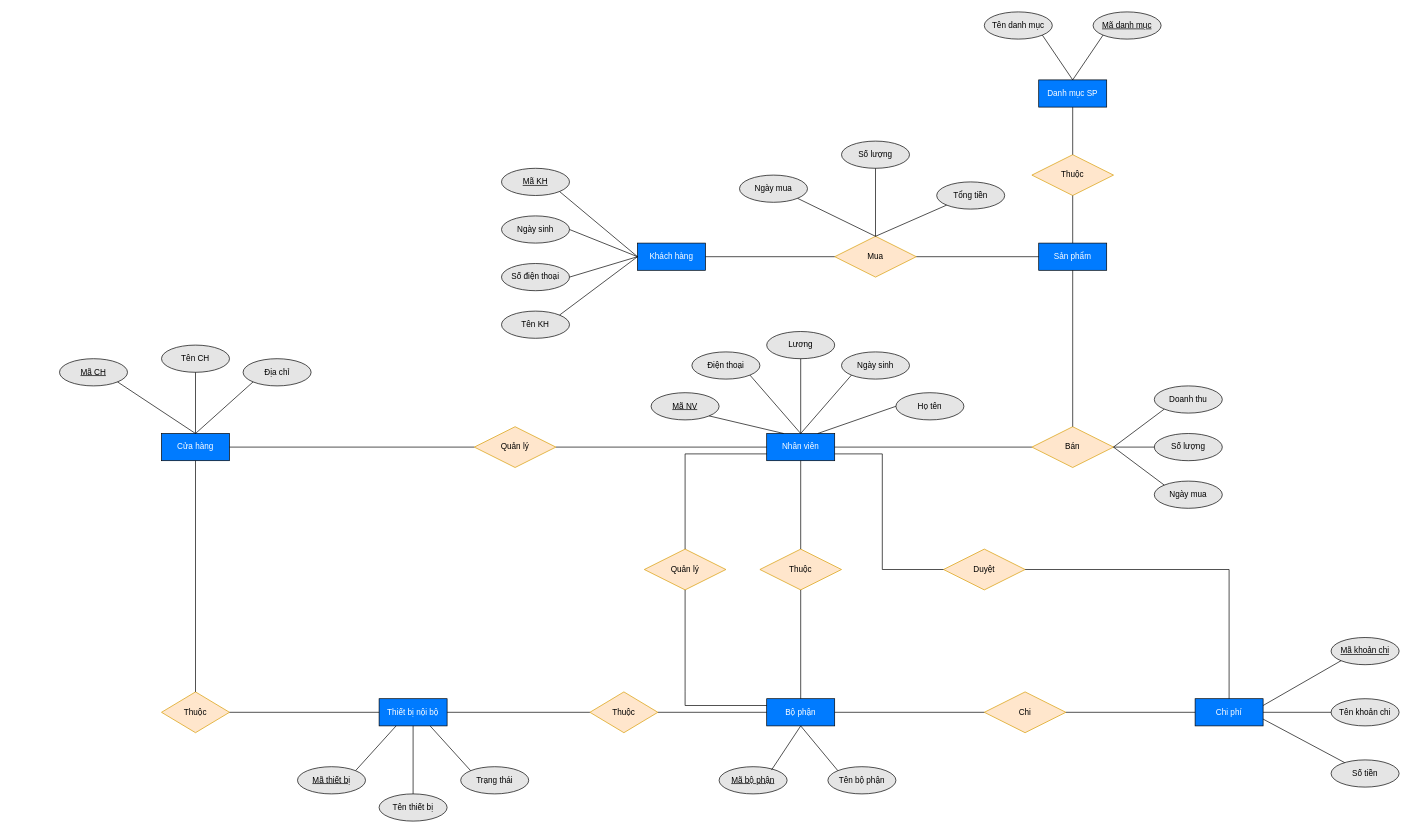
Before: ERD HTTT.drawio in NightFury712/Test, a draw.io diagram. Source tidied: cells renumbered, new cells numbered last; positions are measured from the earlier drawing's top-left corner, leaving out a move shared by most shapes. Both pictures are drawn from the tidied source at 68%, with x=0, y=0 at pixel (59, 12).
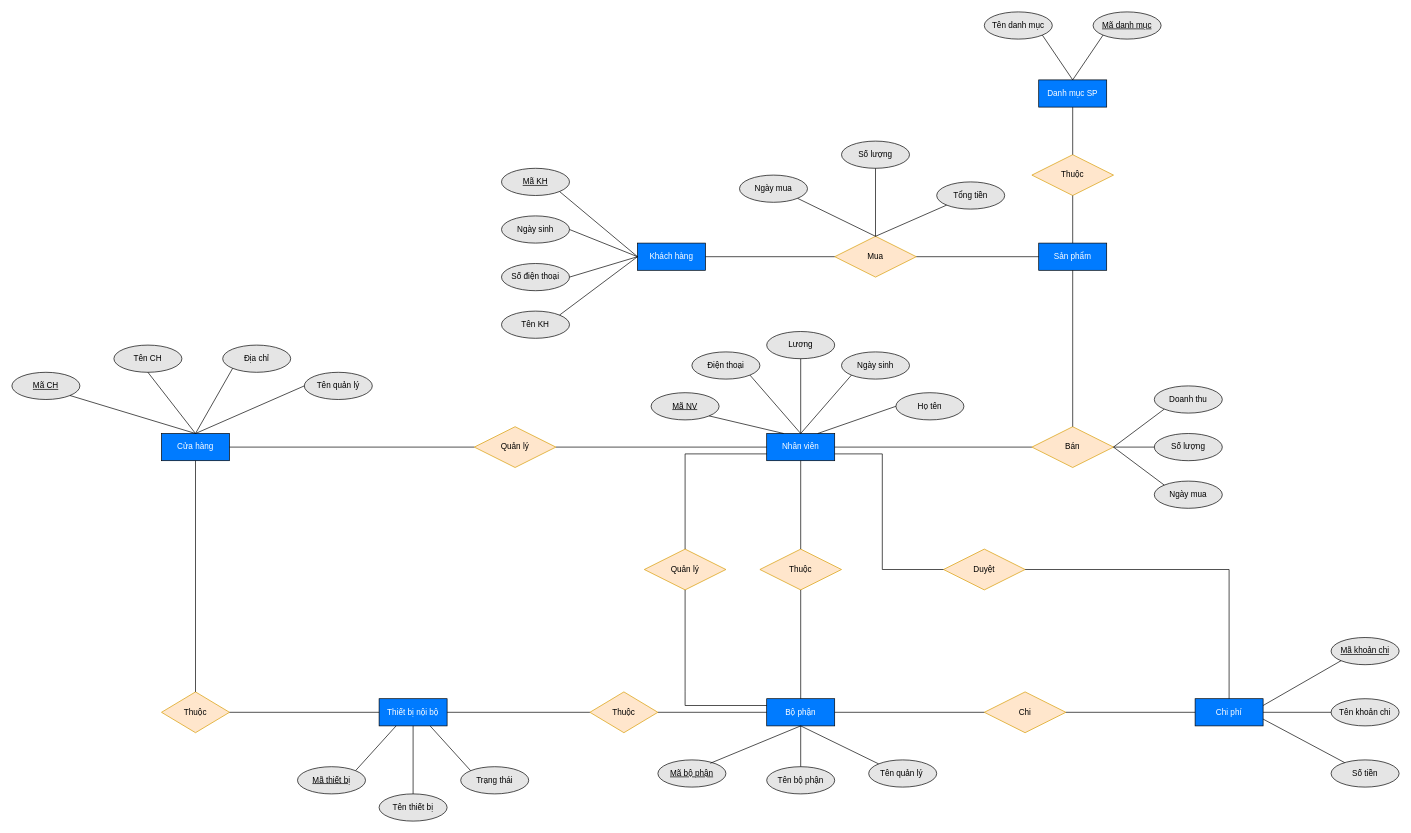
Above is the later version.

The change refers to these unchanged cells:
```xml
<mxCell id="2" value="Cửa hàng" style="whiteSpace=wrap;html=1;align=center;fillColor=#007bff;strokeColor=#000000;fontColor=#FFFFFF;" parent="1" vertex="1">
  <mxGeometry x="150" y="620" width="100" height="40" as="geometry" />
</mxCell>
<mxCell id="13" value="Bộ phận" style="whiteSpace=wrap;html=1;align=center;fillColor=#007bff;strokeColor=#000000;fontColor=#FFFFFF;" parent="1" vertex="1">
  <mxGeometry x="1040" y="1010" width="100" height="40" as="geometry" />
</mxCell>
```

The edit, as a diff of the source:
```diff
@@
     <mxCell id="3" value="Địa chỉ" style="ellipse;whiteSpace=wrap;html=1;align=center;labelBackgroundColor=#;fontColor=#000000;strokeColor=#000000;fillColor=#e5e5e5;" parent="1" vertex="1">
-      <mxGeometry x="270" y="510" width="100" height="40" as="geometry" />
+      <mxGeometry x="240" y="490" width="100" height="40" as="geometry" />
     </mxCell>
@@
     <mxCell id="5" value="Mã CH" style="ellipse;whiteSpace=wrap;html=1;align=center;fontStyle=4;labelBackgroundColor=#;fontColor=#000000;strokeColor=#000000;fillColor=#e5e5e5;" parent="1" vertex="1">
-      <mxGeometry y="510" width="100" height="40" as="geometry" />
+      <mxGeometry x="-70" y="530" width="100" height="40" as="geometry" />
     </mxCell>
     <mxCell id="6" value="Tên CH" style="ellipse;whiteSpace=wrap;html=1;align=center;labelBackgroundColor=#;fontColor=#000000;strokeColor=#000000;fillColor=#e5e5e5;" parent="1" vertex="1">
-      <mxGeometry x="150" y="490" width="100" height="40" as="geometry" />
+      <mxGeometry x="80" y="490" width="100" height="40" as="geometry" />
     </mxCell>
@@
     <mxCell id="43" value="Tên bộ phận" style="ellipse;whiteSpace=wrap;html=1;align=center;labelBackgroundColor=#;fontColor=#000000;strokeColor=#000000;fillColor=#e5e5e5;" parent="1" vertex="1">
-      <mxGeometry x="1130" y="1110" width="100" height="40" as="geometry" />
+      <mxGeometry x="1040" y="1110" width="100" height="40" as="geometry" />
     </mxCell>
     <mxCell id="44" value="Mã bộ phận" style="ellipse;whiteSpace=wrap;html=1;align=center;fontStyle=4;labelBackgroundColor=#;fontColor=#000000;strokeColor=#000000;fillColor=#e5e5e5;" parent="1" vertex="1">
-      <mxGeometry x="970" y="1110" width="100" height="40" as="geometry" />
+      <mxGeometry x="880" y="1100" width="100" height="40" as="geometry" />
     </mxCell>
@@
-    <mxCell id="58" style="endArrow=none;html=1;rounded=0;exitX=0;exitY=0;exitDx=0;exitDy=0;entryX=0.5;entryY=1;entryDx=0;entryDy=0;" parent="1" edge="1" source="43" target="13">
+    <mxCell id="58" style="endArrow=none;html=1;rounded=0;exitX=0.5;exitY=0;exitDx=0;exitDy=0;entryX=0.5;entryY=1;entryDx=0;entryDy=0;" parent="1" edge="1" source="43" target="13">
       <mxGeometry relative="1" as="geometry" />
     </mxCell>
@@
+    <mxCell id="96" value="Tên quản lý" style="ellipse;whiteSpace=wrap;html=1;align=center;labelBackgroundColor=#;fontColor=#000000;strokeColor=#000000;fillColor=#e5e5e5;" parent="1" vertex="1">
+      <mxGeometry x="360" y="530" width="100" height="40" as="geometry" />
+    </mxCell>
+    <mxCell id="97" style="endArrow=none;html=1;rounded=0;exitX=0;exitY=0.5;exitDx=0;exitDy=0;entryX=0.5;entryY=0;entryDx=0;entryDy=0;" parent="1" edge="1" source="96" target="2">
+      <mxGeometry relative="1" as="geometry" />
+    </mxCell>
+    <mxCell id="98" value="Tên quản lý&amp;nbsp;" style="ellipse;whiteSpace=wrap;html=1;align=center;labelBackgroundColor=#;fontColor=#000000;strokeColor=#000000;fillColor=#e5e5e5;" parent="1" vertex="1">
+      <mxGeometry x="1190" y="1100" width="100" height="40" as="geometry" />
+    </mxCell>
+    <mxCell id="99" style="endArrow=none;html=1;rounded=0;exitX=0;exitY=0;exitDx=0;exitDy=0;entryX=0.5;entryY=1;entryDx=0;entryDy=0;" parent="1" edge="1" source="98" target="13">
+      <mxGeometry relative="1" as="geometry" />
+    </mxCell>
```
